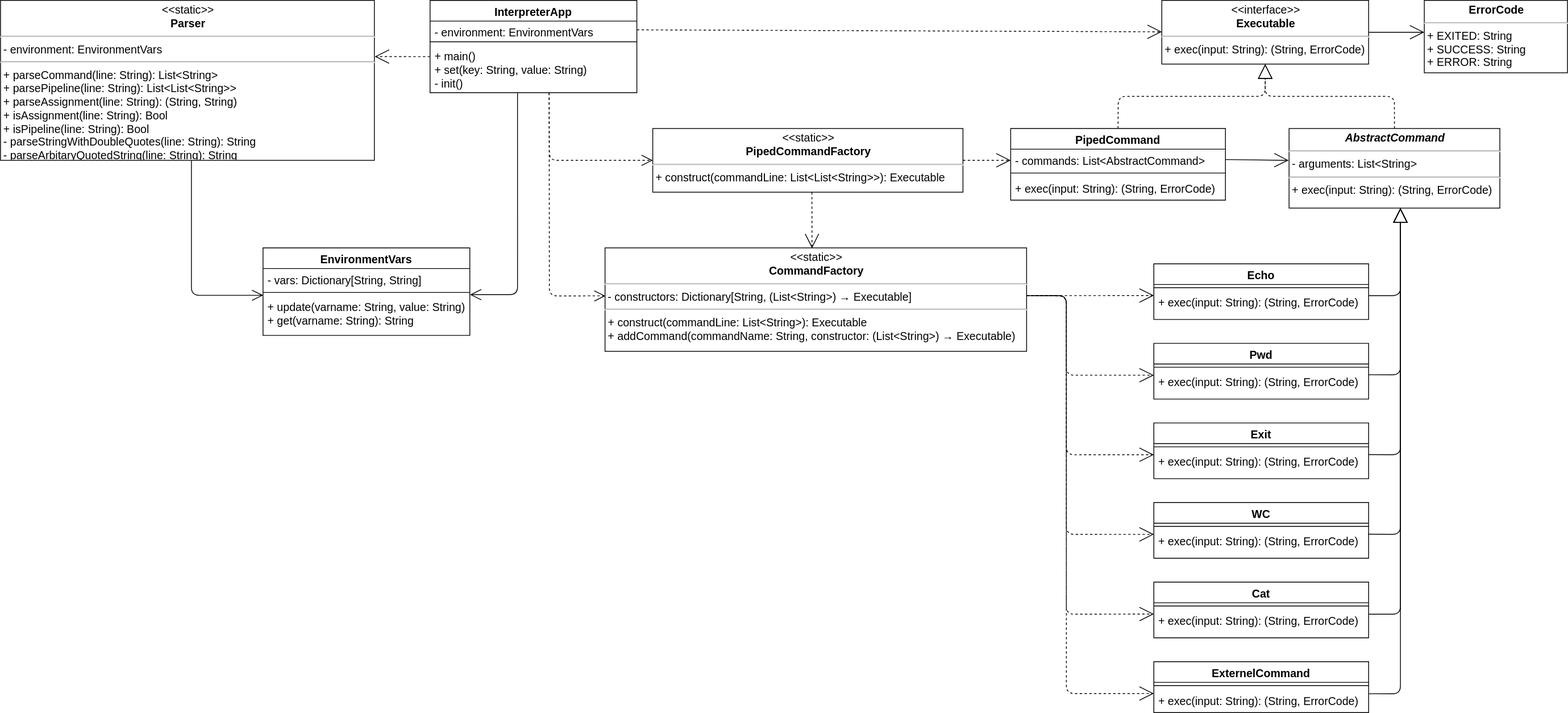
The draw.io diagram img/hw1.svg in rprtr258/program-architecture-homeworks, before a commit. Source tidied: cells renumbered, new cells last; positions are measured from the earlier drawing's top-left corner, leaving out a move shared by most shapes.
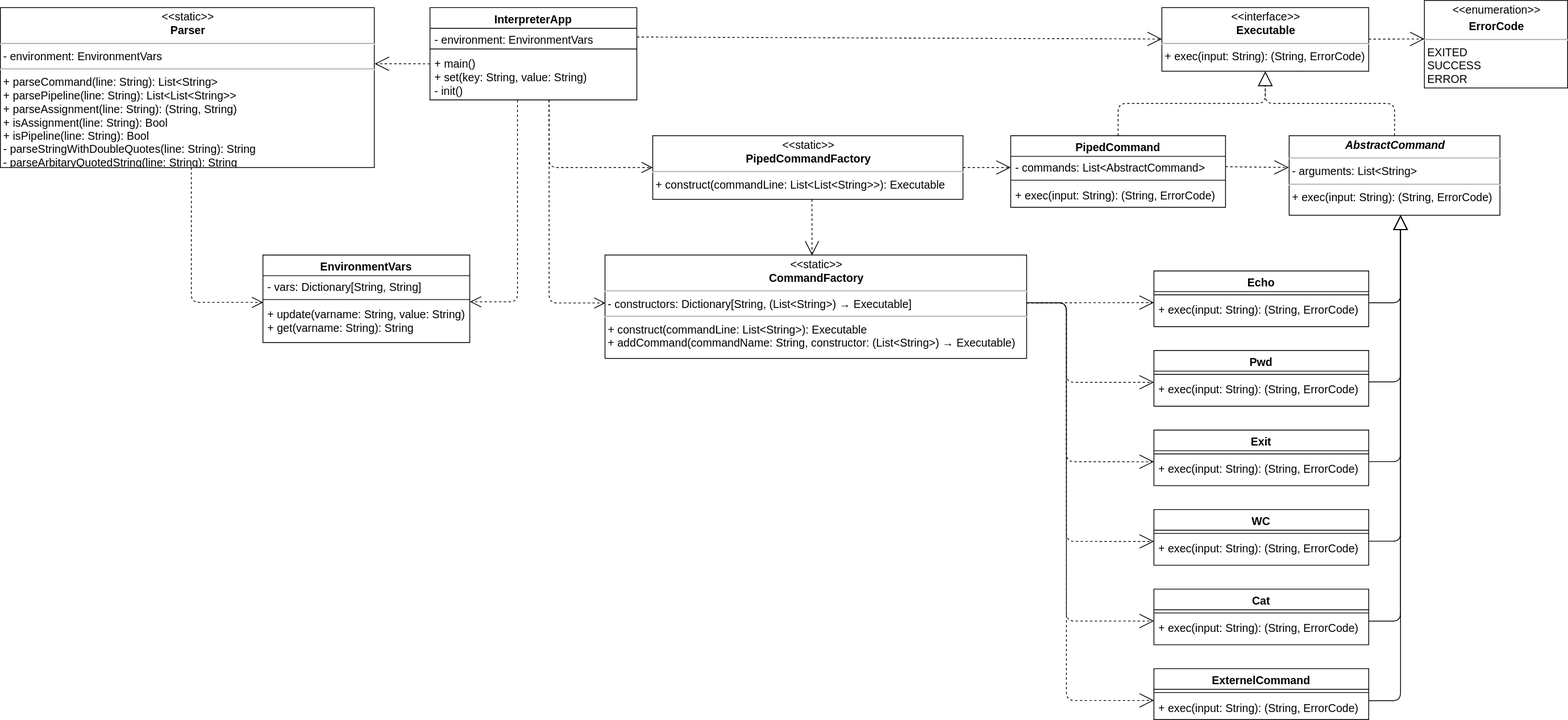
The same diagram one commit later.

The edit, as a diff of the source:
```diff
@@ -28,7 +28,7 @@
         </Array>
       </mxGeometry>
     </mxCell>
-    <mxCell id="9" style="endArrow=open;html=1;endSize=16;startArrow=none;startSize=0;startFill=0;align=left;verticalAlign=bottom;exitX=1;exitY=0.5;exitDx=0;exitDy=0;fontSize=14;entryX=-0.002;entryY=0.4;entryDx=0;entryDy=0;entryPerimeter=0;" parent="1" edge="1" source="23" target="10">
+    <mxCell id="9" style="endArrow=open;html=1;endSize=16;startArrow=none;startSize=0;startFill=0;align=left;verticalAlign=bottom;exitX=1;exitY=0.5;exitDx=0;exitDy=0;fontSize=14;entryX=-0.002;entryY=0.4;entryDx=0;entryDy=0;entryPerimeter=0;dashed=1;" parent="1" edge="1" source="23" target="10">
       <mxGeometry x="-0.67" y="29" relative="1" as="geometry" />
     </mxCell>
     <mxCell id="10" value="&lt;p style=&quot;margin: 4px 0px 0px; text-align: center; font-size: 14px;&quot;&gt;&lt;span style=&quot;font-size: 14px; font-style: italic; font-weight: 700;&quot;&gt;AbstractCommand&lt;/span&gt;&lt;br style=&quot;font-size: 14px;&quot;&gt;&lt;/p&gt;&lt;hr style=&quot;font-size: 14px;&quot;&gt;&lt;p style=&quot;margin: 0px 0px 0px 4px; font-size: 14px;&quot;&gt;&lt;span style=&quot;font-size: 14px;&quot;&gt;- arguments: List&amp;lt;String&amp;gt;&lt;/span&gt;&lt;br style=&quot;font-size: 14px;&quot;&gt;&lt;/p&gt;&lt;hr style=&quot;font-size: 14px;&quot;&gt;&lt;p style=&quot;margin: 0px 0px 0px 4px; font-size: 14px;&quot;&gt;&lt;span style=&quot;font-size: 14px;&quot;&gt;+ exec(input: String): (String, ErrorCode)&lt;/span&gt;&lt;br style=&quot;font-size: 14px;&quot;&gt;&lt;/p&gt;&lt;div style=&quot;padding: 0px; margin: 0px; font-size: 14px;&quot;&gt;&lt;br style=&quot;padding: 0px; margin: 0px; font-size: 14px;&quot;&gt;&lt;/div&gt;" style="verticalAlign=top;align=left;overflow=fill;fontSize=14;fontFamily=Helvetica;html=1;" parent="1" vertex="1">
@@ -96,7 +96,7 @@
     <mxCell id="20" style="endArrow=open;html=1;endSize=16;startArrow=none;startSize=0;startFill=0;align=left;verticalAlign=bottom;fontSize=14;entryX=0.491;entryY=0.004;entryDx=0;entryDy=0;entryPerimeter=0;exitX=0.513;exitY=1;exitDx=0;exitDy=0;exitPerimeter=0;dashed=1;" parent="1" edge="1" source="18" target="17">
       <mxGeometry x="-0.67" y="29" relative="1" as="geometry" />
     </mxCell>
-    <mxCell id="21" style="endArrow=open;endFill=1;endSize=12;html=1;fontSize=14;startArrow=none;startFill=0;edgeStyle=orthogonalEdgeStyle;entryX=0.001;entryY=-0.008;entryDx=0;entryDy=0;entryPerimeter=0;" parent="1" edge="1" source="7" target="54">
+    <mxCell id="21" style="endArrow=open;endFill=1;endSize=12;html=1;fontSize=14;startArrow=none;startFill=0;edgeStyle=orthogonalEdgeStyle;entryX=0.001;entryY=-0.008;entryDx=0;entryDy=0;entryPerimeter=0;dashed=1;" parent="1" edge="1" source="7" target="54">
       <mxGeometry relative="1" as="geometry">
         <Array as="points">
           <mxPoint x="240" y="371" />
@@ -129,13 +129,13 @@
         </Array>
       </mxGeometry>
     </mxCell>
-    <mxCell id="28" value="&lt;p style=&quot;margin: 4px 0px 0px; text-align: center; font-size: 14px;&quot;&gt;&lt;b style=&quot;font-size: 14px;&quot;&gt;ErrorCode&lt;/b&gt;&lt;/p&gt;&lt;hr style=&quot;font-size: 14px;&quot;&gt;&lt;p style=&quot;margin: 0px 0px 0px 4px; font-size: 14px;&quot;&gt;+ EXITED: String&lt;br style=&quot;font-size: 14px;&quot;&gt;+ SUCCESS: String&lt;/p&gt;&lt;p style=&quot;margin: 0px 0px 0px 4px; font-size: 14px;&quot;&gt;+ ERROR: String&lt;/p&gt;" style="verticalAlign=top;align=left;overflow=fill;fontSize=14;fontFamily=Helvetica;html=1;" parent="1" vertex="1">
-      <mxGeometry x="1790" width="180" height="91" as="geometry" />
+    <mxCell id="28" value="&lt;p style=&quot;margin: 4px 0px 0px ; text-align: center ; font-size: 14px&quot;&gt;&amp;lt;&amp;lt;enumeration&amp;gt;&amp;gt;&lt;b style=&quot;font-size: 14px&quot;&gt;&lt;br&gt;&lt;/b&gt;&lt;/p&gt;&lt;p style=&quot;margin: 4px 0px 0px ; text-align: center ; font-size: 14px&quot;&gt;&lt;b style=&quot;font-size: 14px&quot;&gt;ErrorCode&lt;/b&gt;&lt;/p&gt;&lt;hr style=&quot;font-size: 14px&quot;&gt;&lt;p style=&quot;margin: 0px 0px 0px 4px ; font-size: 14px&quot;&gt;EXITED&lt;br style=&quot;font-size: 14px&quot;&gt;SUCCESS&lt;/p&gt;&lt;p style=&quot;margin: 0px 0px 0px 4px ; font-size: 14px&quot;&gt;&lt;span&gt;ERROR&lt;/span&gt;&lt;/p&gt;" style="verticalAlign=top;align=left;overflow=fill;fontSize=14;fontFamily=Helvetica;html=1;" parent="1" vertex="1">
+      <mxGeometry x="1790" y="-9" width="180" height="110" as="geometry" />
     </mxCell>
-    <mxCell id="29" style="endArrow=open;html=1;endSize=16;startArrow=none;startSize=0;startFill=0;align=left;verticalAlign=bottom;fontSize=14;entryX=0;entryY=0.44;entryDx=0;entryDy=0;entryPerimeter=0;" parent="1" edge="1" source="2" target="28">
+    <mxCell id="29" style="endArrow=open;html=1;endSize=16;startArrow=none;startSize=0;startFill=0;align=left;verticalAlign=bottom;fontSize=14;entryX=0;entryY=0.44;entryDx=0;entryDy=0;entryPerimeter=0;dashed=1;" parent="1" edge="1" source="2" target="28">
       <mxGeometry x="-0.67" y="29" relative="1" as="geometry" />
     </mxCell>
-    <mxCell id="30" style="endArrow=open;endFill=1;endSize=12;html=1;fontSize=14;startArrow=none;startFill=0;edgeStyle=orthogonalEdgeStyle;entryX=1.001;entryY=-0.023;entryDx=0;entryDy=0;entryPerimeter=0;exitX=0.423;exitY=1.006;exitDx=0;exitDy=0;exitPerimeter=0;" parent="1" edge="1" source="61" target="54">
+    <mxCell id="30" style="endArrow=open;endFill=1;endSize=12;html=1;fontSize=14;startArrow=none;startFill=0;edgeStyle=orthogonalEdgeStyle;entryX=1.001;entryY=-0.023;entryDx=0;entryDy=0;entryPerimeter=0;exitX=0.423;exitY=1.006;exitDx=0;exitDy=0;exitPerimeter=0;dashed=1;" parent="1" edge="1" source="61" target="54">
       <mxGeometry relative="1" as="geometry">
         <Array as="points">
           <mxPoint x="650" y="370" />
```
